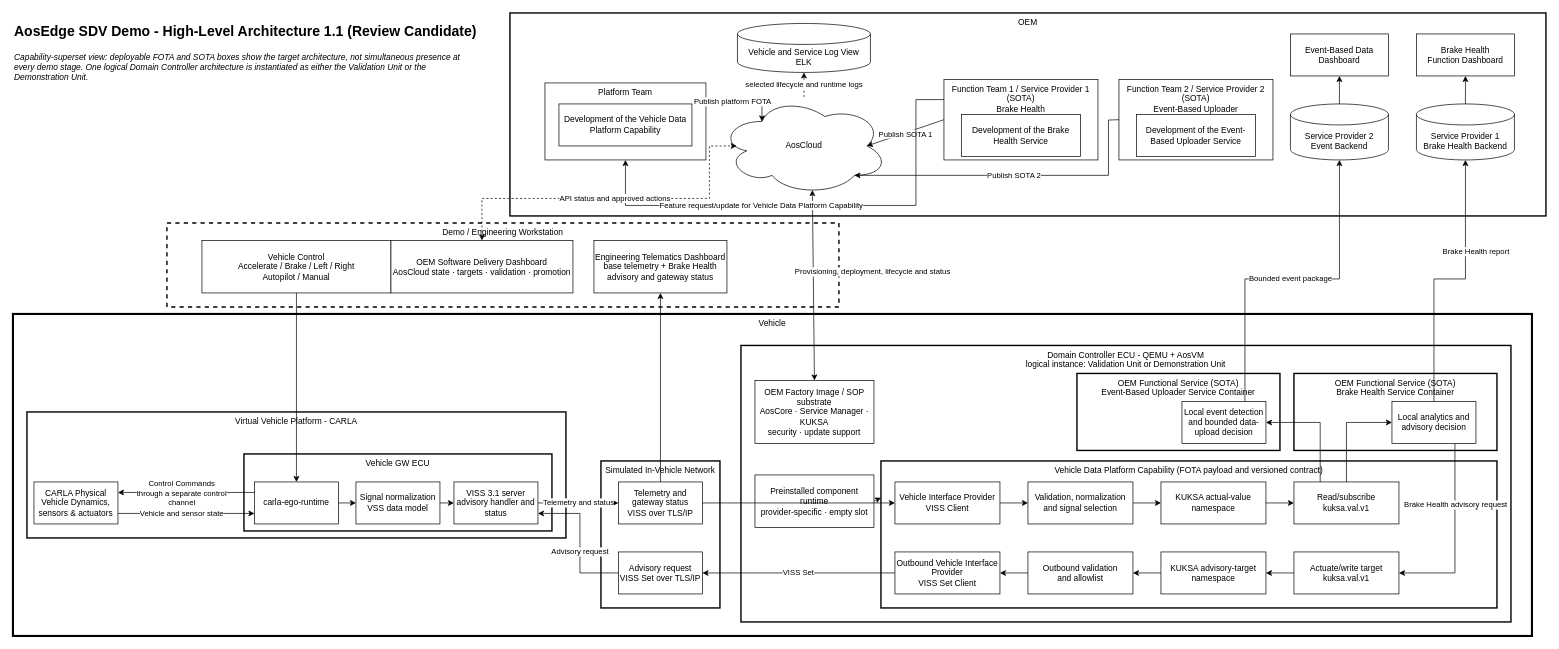
The draw.io diagram docs/architecture/diagrams/aosedge-demo-hla-authoring-reference.drawio in alexmaninblack/aosedge-sdv-demo, before the edit. Source tidied: cells renumbered, new cells numbered last; positions are measured from the earlier drawing's top-left corner, leaving out a move shared by most shapes. Both pictures are drawn from the tidied source at 70%, with x=0, y=0 at pixel (13, 13).
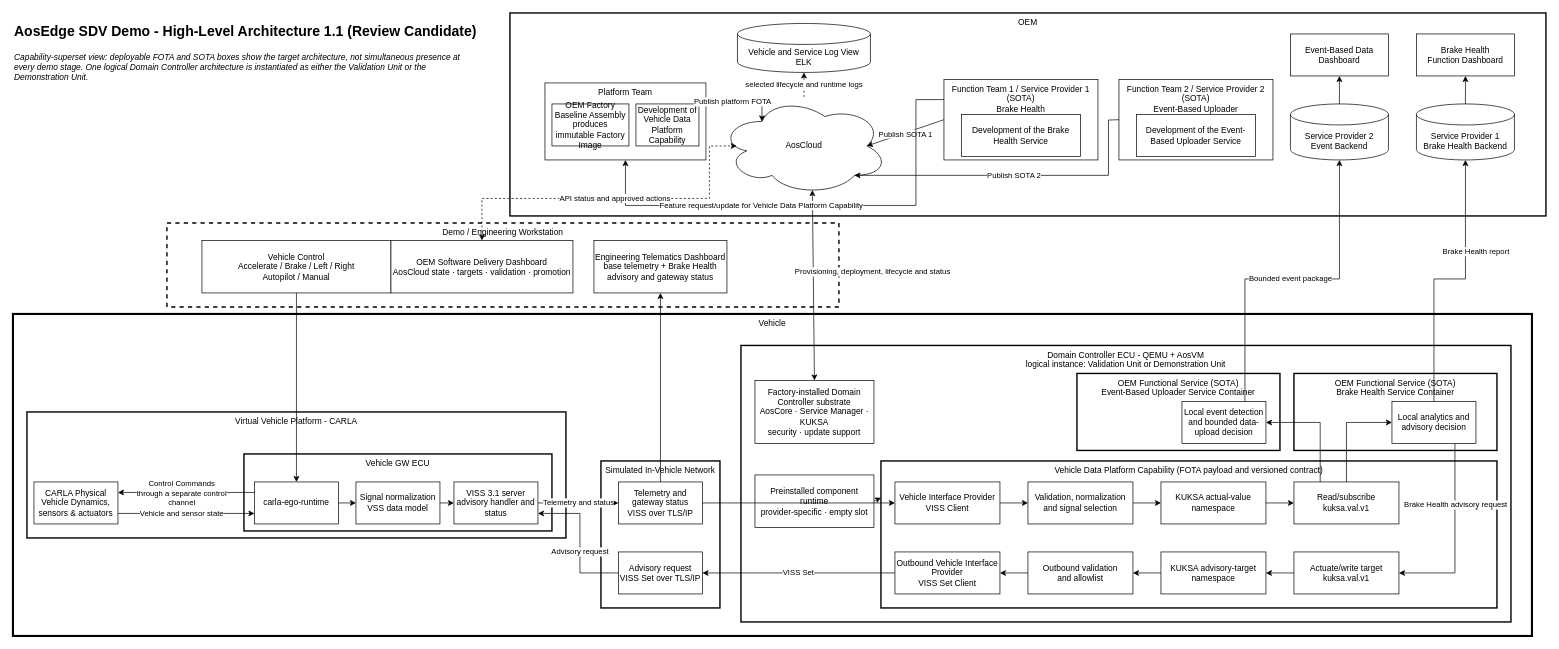
The same page after the edit.

Commit message (it also covers changes not shown here):
docs: separate factory assembly from image artifact

Change to the diagram source:
```diff
@@
-    <mxCell id="29" value="OEM Factory Image / SOP substrate&lt;br&gt;AosCore · Service Manager · KUKSA&lt;br&gt;security · update support" style="rounded=0;whiteSpace=wrap;html=1;" parent="1" vertex="1">
+    <mxCell id="29" value="Factory-installed Domain Controller substrate&lt;br&gt;AosCore · Service Manager · KUKSA&lt;br&gt;security · update support" style="rounded=0;whiteSpace=wrap;html=1;" parent="1" vertex="1">
       <mxGeometry x="1060" y="525" width="170" height="90" as="geometry" />
     </mxCell>
@@
-    <mxCell id="47" value="Development of the Vehicle Data Platform Capability" style="rounded=0;whiteSpace=wrap;html=1;" parent="1" vertex="1">
-      <mxGeometry x="780" y="130" width="190" height="60" as="geometry" />
+    <mxCell id="47" value="Development of Vehicle Data Platform Capability" style="rounded=0;whiteSpace=wrap;html=1;" parent="1" vertex="1">
+      <mxGeometry x="890" y="130" width="90" height="60" as="geometry" />
     </mxCell>
+    <mxCell id="85" value="OEM Factory Baseline Assembly&lt;br&gt;produces immutable Factory Image" style="rounded=0;whiteSpace=wrap;html=1;" parent="1" vertex="1">
+      <mxGeometry x="770" y="130" width="110" height="60" as="geometry" />
+    </mxCell>
```
